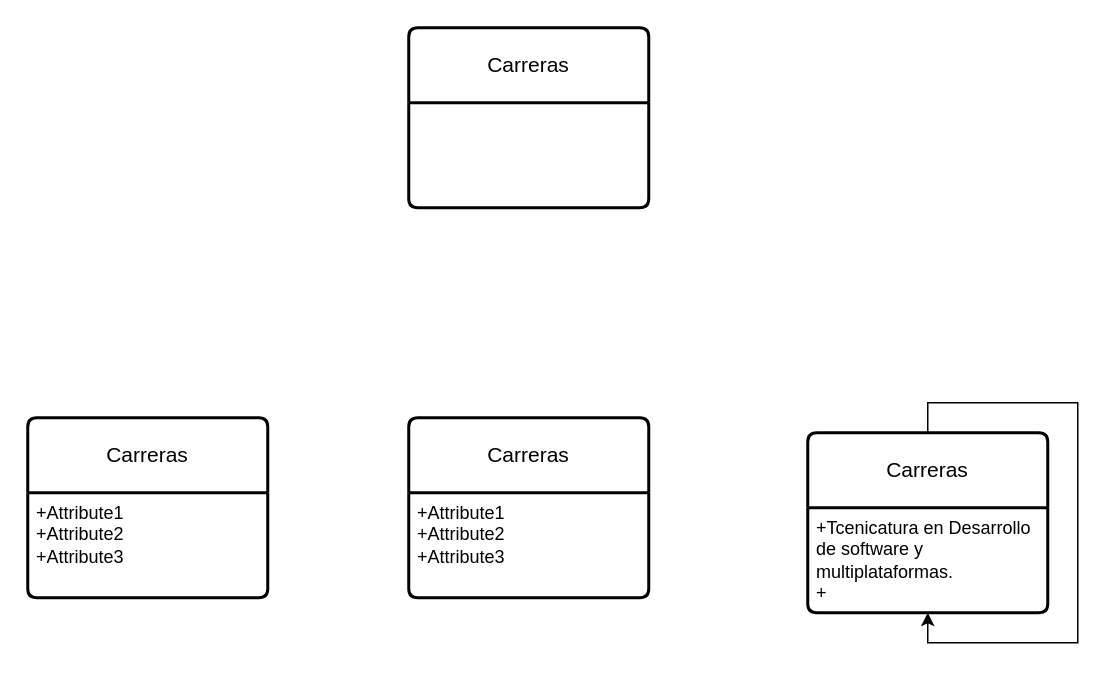
Before: Untitled Diagram.drawio in Jolsman01/BasededatosIFODA, a draw.io diagram. Source tidied: cells renumbered, new cells numbered last; positions are measured from the earlier drawing's top-left corner, leaving out a move shared by most shapes. Both pictures are drawn from the tidied source at 150%, with x=0, y=0 at pixel (27, 27).
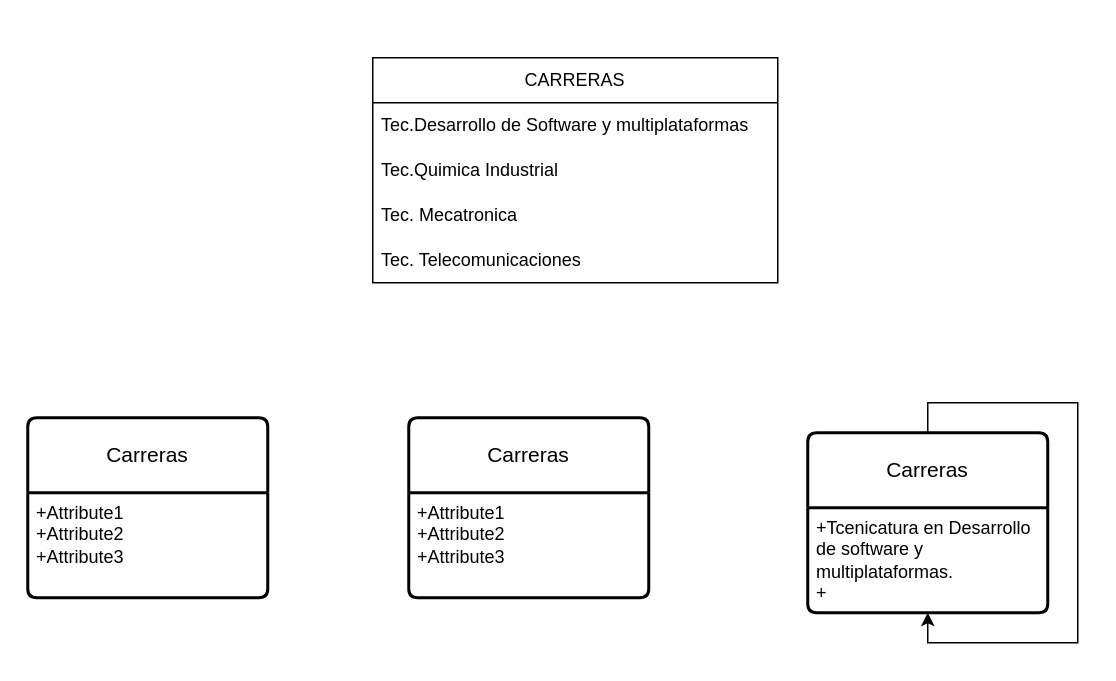
The same diagram, later.

Diff of the diagram source:
```diff
@@
 <mxGraphModel>
   <root>
     <mxCell id="0" />
     <mxCell id="1" parent="0" />
     <mxCell id="2" value="Carreras" style="swimlane;horizontal=1;startSize=50;rounded=1;fontSize=14;fontStyle=0;strokeWidth=2;shadow=0;dashed=0;align=center;arcSize=4;whiteSpace=wrap;html=1;" parent="1" vertex="1">
       <mxGeometry x="254" y="260" width="160" height="120" as="geometry" />
     </mxCell>
     <mxCell id="3" value="+Attribute1&#10;+Attribute2&#10;+Attribute3" style="align=left;strokeColor=none;fillColor=none;spacingLeft=4;spacingRight=4;fontSize=12;verticalAlign=top;html=1;whiteSpace=wrap;" parent="2" vertex="1">
       <mxGeometry y="50" width="160" height="70" as="geometry" />
     </mxCell>
     <mxCell id="4" value="Carreras" style="swimlane;horizontal=1;startSize=50;rounded=1;fontSize=14;fontStyle=0;strokeWidth=2;shadow=0;dashed=0;align=center;arcSize=4;whiteSpace=wrap;html=1;" parent="1" vertex="1">
       <mxGeometry y="260" width="160" height="120" as="geometry" />
     </mxCell>
     <mxCell id="5" value="+Attribute1&#10;+Attribute2&#10;+Attribute3" style="align=left;strokeColor=none;fillColor=none;spacingLeft=4;spacingRight=4;fontSize=12;verticalAlign=top;html=1;whiteSpace=wrap;" parent="4" vertex="1">
       <mxGeometry y="50" width="160" height="70" as="geometry" />
     </mxCell>
     <mxCell id="6" value="Carreras" style="swimlane;horizontal=1;startSize=50;rounded=1;fontSize=14;fontStyle=0;strokeWidth=2;shadow=0;dashed=0;align=center;arcSize=4;whiteSpace=wrap;html=1;" parent="1" vertex="1">
       <mxGeometry x="520" y="270" width="160" height="120" as="geometry" />
     </mxCell>
     <mxCell id="7" value="+Tcenicatura en Desarrollo de software y multiplataformas.&lt;div&gt;+&lt;/div&gt;" style="align=left;strokeColor=none;fillColor=none;spacingLeft=4;spacingRight=4;fontSize=12;verticalAlign=top;html=1;whiteSpace=wrap;" parent="6" vertex="1">
       <mxGeometry y="50" width="160" height="70" as="geometry" />
     </mxCell>
     <mxCell id="8" style="edgeStyle=orthogonalEdgeStyle;rounded=0;orthogonalLoop=1;jettySize=auto;html=1;exitX=0.5;exitY=0;exitDx=0;exitDy=0;" parent="1" edge="1" source="6" target="6">
-      <mxGeometry relative="1" as="geometry" />
+      <mxGeometry relative="1" as="geometry">
+        <Array as="points">
+          <mxPoint x="600" y="250" />
+          <mxPoint x="700" y="250" />
+          <mxPoint x="700" y="410" />
+          <mxPoint x="600" y="410" />
+        </Array>
+      </mxGeometry>
     </mxCell>
-    <mxCell id="9" value="Carreras" style="swimlane;horizontal=1;startSize=50;rounded=1;fontSize=14;fontStyle=0;strokeWidth=2;shadow=0;dashed=0;align=center;arcSize=4;whiteSpace=wrap;html=1;" parent="1" vertex="1">
-      <mxGeometry x="254" width="160" height="120" as="geometry" />
-    </mxCell>
+    <mxCell id="10" value="CARRERAS" style="swimlane;fontStyle=0;horizontal=1;startSize=30;whiteSpace=wrap;html=1;" parent="1" vertex="1">
+      <mxGeometry x="230" y="20" width="270" height="150" as="geometry" />
+    </mxCell>
+    <mxCell id="11" value="Tec.Desarrollo de Software y multiplataformas" style="text;strokeColor=none;fillColor=none;align=left;verticalAlign=middle;spacingLeft=4;spacingRight=4;overflow=hidden;whiteSpace=wrap;html=1;" parent="10" vertex="1">
+      <mxGeometry y="30" width="270" height="30" as="geometry" />
+    </mxCell>
+    <mxCell id="12" value="Tec.Quimica Industrial" style="text;strokeColor=none;fillColor=none;align=left;verticalAlign=middle;spacingLeft=4;spacingRight=4;overflow=hidden;whiteSpace=wrap;html=1;" parent="10" vertex="1">
+      <mxGeometry y="60" width="270" height="30" as="geometry" />
+    </mxCell>
+    <mxCell id="13" value="Tec. Mecatronica" style="text;strokeColor=none;fillColor=none;align=left;verticalAlign=middle;spacingLeft=4;spacingRight=4;overflow=hidden;whiteSpace=wrap;html=1;" parent="10" vertex="1">
+      <mxGeometry y="90" width="270" height="30" as="geometry" />
+    </mxCell>
+    <mxCell id="14" value="Tec. Telecomunicaciones" style="text;strokeColor=none;fillColor=none;align=left;verticalAlign=middle;spacingLeft=4;spacingRight=4;overflow=hidden;whiteSpace=wrap;html=1;" parent="10" vertex="1">
+      <mxGeometry y="120" width="270" height="30" as="geometry" />
+    </mxCell>
   </root>
 </mxGraphModel>
```
